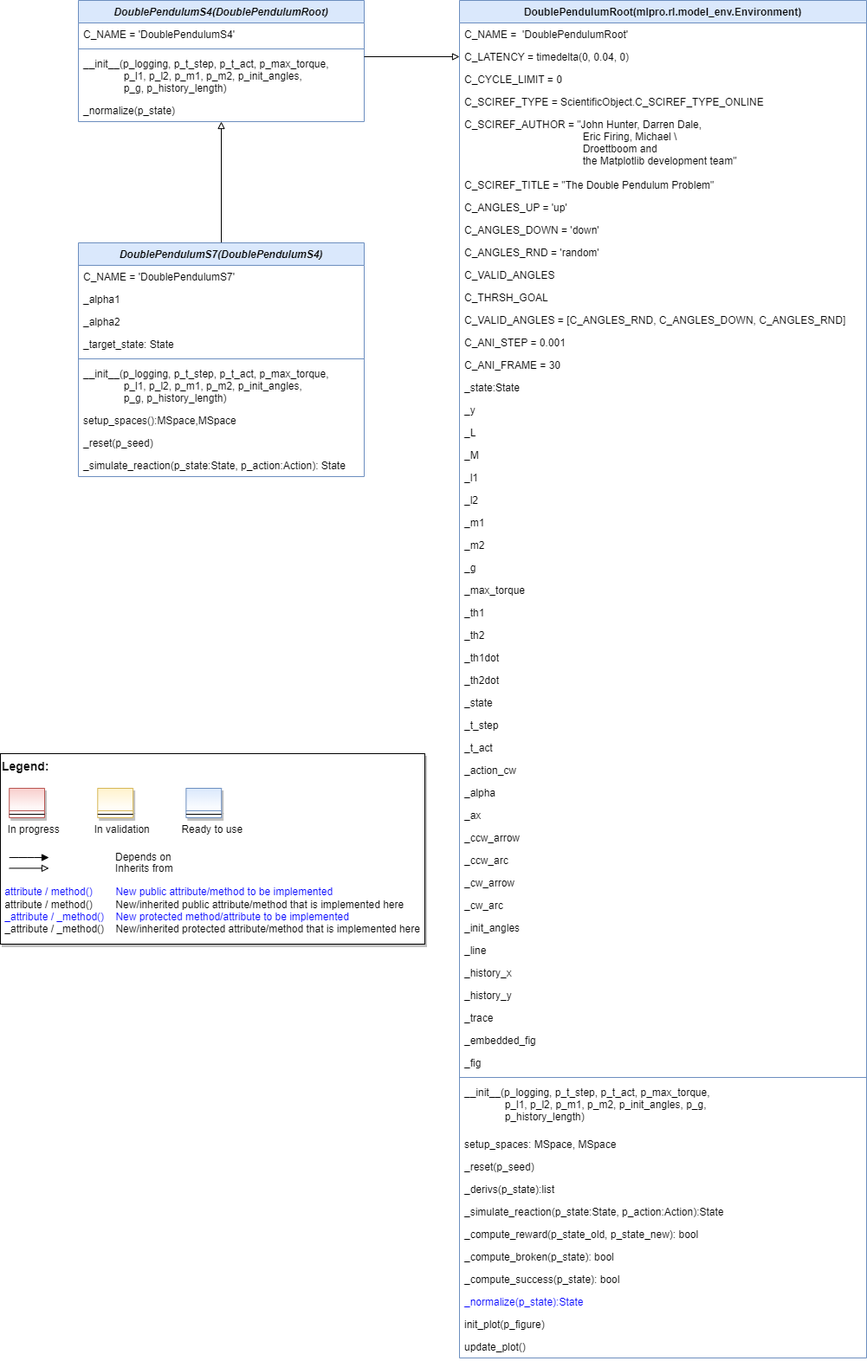
The draw.io diagram doc/rtd/content/append2/pool/rl/images/MPro-RL-DoublePendulum-class-diagram.drawio.png in fhswf/MLPro, before a commit. Source tidied: cells renumbered, new cells last; positions are measured from the earlier drawing's top-left corner, leaving out a move shared by most shapes.
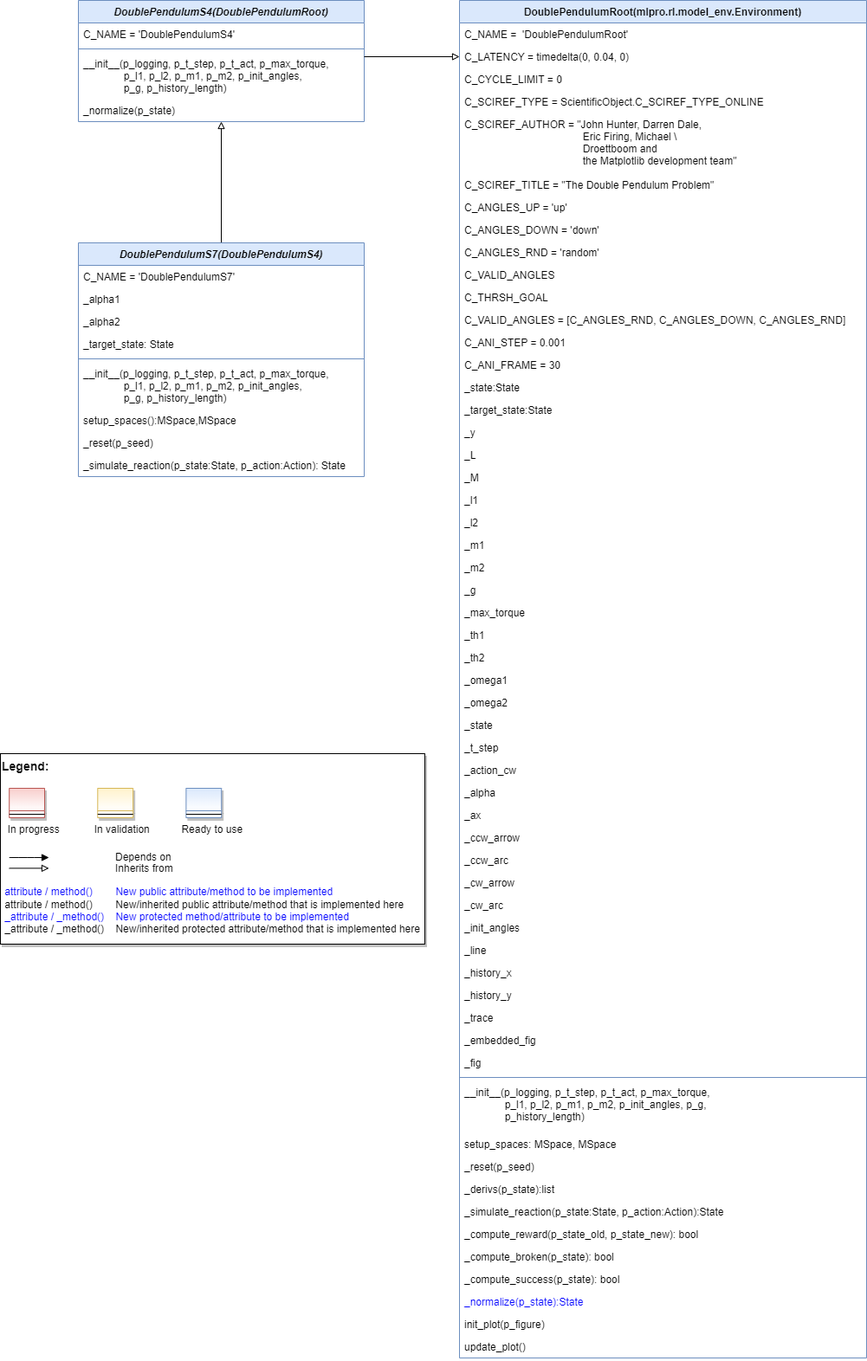
Above is the later version.

Commit message:
minor changes in class dia

Diff of the diagram source:
```diff
@@ -50,54 +50,54 @@
     <mxCell id="17" value="_state:State" style="text;align=left;verticalAlign=top;spacingLeft=4;spacingRight=4;overflow=hidden;rounded=0;shadow=0;html=0;" parent="2" vertex="1">
       <mxGeometry y="434" width="470" height="26" as="geometry" />
     </mxCell>
+    <mxCell id="87" value="_target_state:State" style="text;align=left;verticalAlign=top;spacingLeft=4;spacingRight=4;overflow=hidden;rounded=0;shadow=0;html=0;" parent="2" vertex="1">
+      <mxGeometry y="460" width="470" height="26" as="geometry" />
+    </mxCell>
     <mxCell id="18" value="_y" style="text;align=left;verticalAlign=top;spacingLeft=4;spacingRight=4;overflow=hidden;rounded=0;shadow=0;html=0;" parent="2" vertex="1">
-      <mxGeometry y="460" width="470" height="26" as="geometry" />
+      <mxGeometry y="486" width="470" height="26" as="geometry" />
     </mxCell>
     <mxCell id="19" value="_L" style="text;align=left;verticalAlign=top;spacingLeft=4;spacingRight=4;overflow=hidden;rounded=0;shadow=0;html=0;" parent="2" vertex="1">
-      <mxGeometry y="486" width="470" height="26" as="geometry" />
+      <mxGeometry y="512" width="470" height="26" as="geometry" />
     </mxCell>
     <mxCell id="20" value="_M" style="text;align=left;verticalAlign=top;spacingLeft=4;spacingRight=4;overflow=hidden;rounded=0;shadow=0;html=0;" parent="2" vertex="1">
-      <mxGeometry y="512" width="470" height="26" as="geometry" />
+      <mxGeometry y="538" width="470" height="26" as="geometry" />
     </mxCell>
     <mxCell id="21" value="_l1" style="text;align=left;verticalAlign=top;spacingLeft=4;spacingRight=4;overflow=hidden;rounded=0;shadow=0;html=0;" parent="2" vertex="1">
-      <mxGeometry y="538" width="470" height="26" as="geometry" />
+      <mxGeometry y="564" width="470" height="26" as="geometry" />
     </mxCell>
     <mxCell id="22" value="_l2" style="text;align=left;verticalAlign=top;spacingLeft=4;spacingRight=4;overflow=hidden;rounded=0;shadow=0;html=0;" parent="2" vertex="1">
-      <mxGeometry y="564" width="470" height="26" as="geometry" />
+      <mxGeometry y="590" width="470" height="26" as="geometry" />
     </mxCell>
     <mxCell id="23" value="_m1" style="text;align=left;verticalAlign=top;spacingLeft=4;spacingRight=4;overflow=hidden;rounded=0;shadow=0;html=0;" parent="2" vertex="1">
-      <mxGeometry y="590" width="470" height="26" as="geometry" />
+      <mxGeometry y="616" width="470" height="26" as="geometry" />
     </mxCell>
     <mxCell id="24" value="_m2" style="text;align=left;verticalAlign=top;spacingLeft=4;spacingRight=4;overflow=hidden;rounded=0;shadow=0;html=0;" parent="2" vertex="1">
-      <mxGeometry y="616" width="470" height="26" as="geometry" />
+      <mxGeometry y="642" width="470" height="26" as="geometry" />
     </mxCell>
     <mxCell id="25" value="_g" style="text;align=left;verticalAlign=top;spacingLeft=4;spacingRight=4;overflow=hidden;rounded=0;shadow=0;html=0;" parent="2" vertex="1">
-      <mxGeometry y="642" width="470" height="26" as="geometry" />
+      <mxGeometry y="668" width="470" height="26" as="geometry" />
     </mxCell>
     <mxCell id="26" value="_max_torque" style="text;align=left;verticalAlign=top;spacingLeft=4;spacingRight=4;overflow=hidden;rounded=0;shadow=0;html=0;" parent="2" vertex="1">
-      <mxGeometry y="668" width="470" height="26" as="geometry" />
+      <mxGeometry y="694" width="470" height="26" as="geometry" />
     </mxCell>
     <mxCell id="27" value="_th1" style="text;align=left;verticalAlign=top;spacingLeft=4;spacingRight=4;overflow=hidden;rounded=0;shadow=0;html=0;" parent="2" vertex="1">
-      <mxGeometry y="694" width="470" height="26" as="geometry" />
+      <mxGeometry y="720" width="470" height="26" as="geometry" />
     </mxCell>
     <mxCell id="28" value="_th2" style="text;align=left;verticalAlign=top;spacingLeft=4;spacingRight=4;overflow=hidden;rounded=0;shadow=0;html=0;" parent="2" vertex="1">
-      <mxGeometry y="720" width="470" height="26" as="geometry" />
+      <mxGeometry y="746" width="470" height="26" as="geometry" />
     </mxCell>
-    <mxCell id="29" value="_th1dot" style="text;align=left;verticalAlign=top;spacingLeft=4;spacingRight=4;overflow=hidden;rounded=0;shadow=0;html=0;" parent="2" vertex="1">
-      <mxGeometry y="746" width="470" height="26" as="geometry" />
+    <mxCell id="29" value="_omega1" style="text;align=left;verticalAlign=top;spacingLeft=4;spacingRight=4;overflow=hidden;rounded=0;shadow=0;html=0;" parent="2" vertex="1">
+      <mxGeometry y="772" width="470" height="26" as="geometry" />
     </mxCell>
-    <mxCell id="30" value="_th2dot" style="text;align=left;verticalAlign=top;spacingLeft=4;spacingRight=4;overflow=hidden;rounded=0;shadow=0;html=0;" parent="2" vertex="1">
-      <mxGeometry y="772" width="470" height="26" as="geometry" />
+    <mxCell id="30" value="_omega2" style="text;align=left;verticalAlign=top;spacingLeft=4;spacingRight=4;overflow=hidden;rounded=0;shadow=0;html=0;" parent="2" vertex="1">
+      <mxGeometry y="798" width="470" height="26" as="geometry" />
     </mxCell>
     <mxCell id="31" value="_state" style="text;align=left;verticalAlign=top;spacingLeft=4;spacingRight=4;overflow=hidden;rounded=0;shadow=0;html=0;" parent="2" vertex="1">
-      <mxGeometry y="798" width="470" height="26" as="geometry" />
+      <mxGeometry y="824" width="470" height="26" as="geometry" />
     </mxCell>
     <mxCell id="32" value="_t_step" style="text;align=left;verticalAlign=top;spacingLeft=4;spacingRight=4;overflow=hidden;rounded=0;shadow=0;html=0;" parent="2" vertex="1">
-      <mxGeometry y="824" width="470" height="26" as="geometry" />
+      <mxGeometry y="850" width="470" height="26" as="geometry" />
     </mxCell>
-    <mxCell id="33" value="_t_act" style="text;align=left;verticalAlign=top;spacingLeft=4;spacingRight=4;overflow=hidden;rounded=0;shadow=0;html=0;" parent="2" vertex="1">
-      <mxGeometry y="850" width="470" height="26" as="geometry" />
-    </mxCell>
     <mxCell id="34" value="_action_cw" style="text;align=left;verticalAlign=top;spacingLeft=4;spacingRight=4;overflow=hidden;rounded=0;shadow=0;html=0;" parent="2" vertex="1">
       <mxGeometry y="876" width="470" height="26" as="geometry" />
     </mxCell>
```
